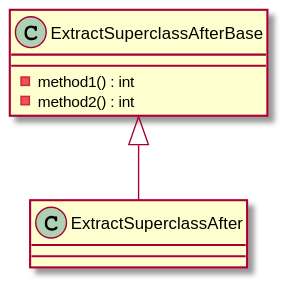
Above: uml/Extract/After/ExtractSuperclassAfter.svg in claremacrae/RefactoringSamples (PlantUML), before the change.
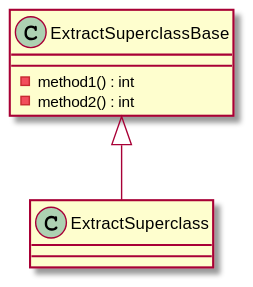
After the commit.

Commit message:
Remove unnecessary After suffix from class names

Diff of the diagram source:
```diff
@@ -1,9 +1,9 @@
 @startuml
-class ExtractSuperclassAfterBase {
+class ExtractSuperclassBase {
     - method1() : int
     - method2() : int
 }
-class ExtractSuperclassAfter {
+class ExtractSuperclass {
 }
-ExtractSuperclassAfterBase <|-- ExtractSuperclassAfter
+ExtractSuperclassBase <|-- ExtractSuperclass
 @enduml
```
